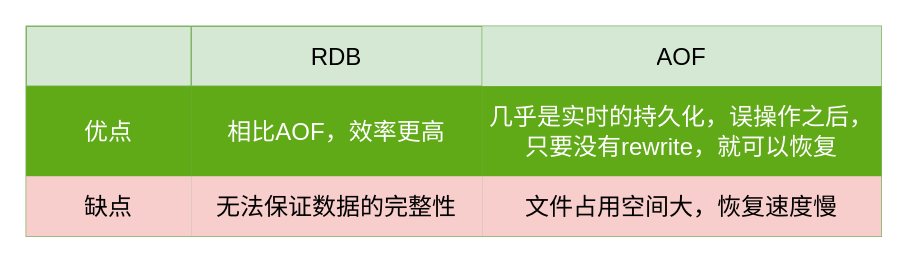
Before: page "持久化比较" (5 of 11) of redis.drawio in zhouwei713/MindMapping, a draw.io diagram. Source tidied: cells renumbered, new cells numbered last; positions are measured from the earlier drawing's top-left corner, leaving out a move shared by most shapes. Both pictures are drawn from the tidied source at 150%, with x=0, y=0 at pixel (26, 26).
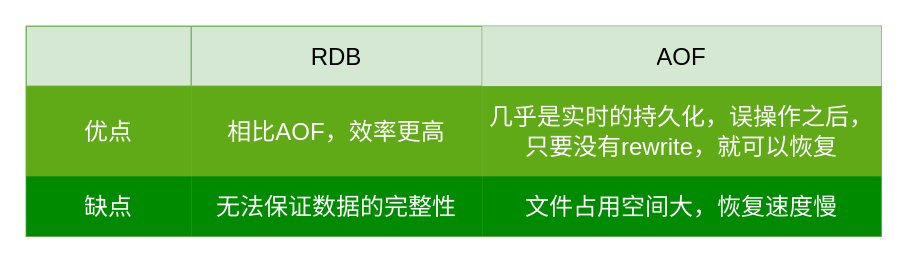
The same diagram, later.

The edit, as a diff of the source:
```diff
@@
 <mxGraphModel>
   <root>
     <mxCell id="0" />
     <mxCell id="1" parent="0" />
     <mxCell id="2" style="shape=table;startSize=0;childLayout=tableLayout;fontSize=16;fillColor=#d5e8d4;strokeColor=#82b366;" parent="1" vertex="1">
       <mxGeometry width="570" height="140" as="geometry" />
     </mxCell>
     <mxCell id="3" style="shape=partialRectangle;fillColor=none;top=0;left=0;bottom=0;right=0;fontSize=16;" parent="2" vertex="1">
       <mxGeometry width="570" height="40" as="geometry" />
     </mxCell>
     <mxCell id="4" style="shape=partialRectangle;html=1;whiteSpace=wrap;overflow=hidden;fillColor=none;top=0;left=0;bottom=0;right=0;fontSize=16;" parent="3" vertex="1">
       <mxGeometry width="110" height="40" as="geometry" />
     </mxCell>
     <mxCell id="5" value="RDB" style="shape=partialRectangle;html=1;whiteSpace=wrap;overflow=hidden;fillColor=none;top=0;left=0;bottom=0;right=0;fontSize=16;" parent="3" vertex="1">
       <mxGeometry x="110" width="194" height="40" as="geometry" />
     </mxCell>
     <mxCell id="6" value="AOF" style="shape=partialRectangle;html=1;whiteSpace=wrap;overflow=hidden;top=0;left=0;bottom=0;right=0;fontSize=16;fillColor=#d5e8d4;strokeColor=#82b366;" parent="3" vertex="1">
       <mxGeometry x="304" width="266" height="40" as="geometry" />
     </mxCell>
     <mxCell id="7" style="shape=partialRectangle;fillColor=none;top=0;left=0;bottom=0;right=0;fontSize=16;" parent="2" vertex="1">
       <mxGeometry y="40" width="570" height="60" as="geometry" />
     </mxCell>
     <mxCell id="8" value="优点" style="shape=partialRectangle;html=1;whiteSpace=wrap;overflow=hidden;top=0;left=0;bottom=0;right=0;fontSize=16;fillColor=#60a917;fontColor=#ffffff;strokeColor=#2D7600;" parent="7" vertex="1">
       <mxGeometry width="110" height="60" as="geometry" />
     </mxCell>
     <mxCell id="9" value="相比AOF，效率更高" style="shape=partialRectangle;html=1;whiteSpace=wrap;overflow=hidden;top=0;left=0;bottom=0;right=0;fontSize=16;fillColor=#60a917;fontColor=#ffffff;strokeColor=#2D7600;" parent="7" vertex="1">
       <mxGeometry x="110" width="194" height="60" as="geometry" />
     </mxCell>
     <mxCell id="10" value="&lt;font style=&quot;font-size: 16px&quot;&gt;几乎是实时的持久化，误操作之后，只要没有rewrite，就可以恢复&lt;/font&gt;" style="shape=partialRectangle;html=1;whiteSpace=wrap;overflow=hidden;top=0;left=0;bottom=0;right=0;fontSize=16;fillColor=#60a917;strokeColor=#2D7600;fontColor=#ffffff;" parent="7" vertex="1">
       <mxGeometry x="304" width="266" height="60" as="geometry" />
     </mxCell>
     <mxCell id="11" style="shape=partialRectangle;fillColor=none;top=0;left=0;bottom=0;right=0;fontSize=16;" parent="2" vertex="1">
       <mxGeometry y="100" width="570" height="40" as="geometry" />
     </mxCell>
-    <mxCell id="12" value="缺点" style="shape=partialRectangle;html=1;whiteSpace=wrap;overflow=hidden;top=0;left=0;bottom=0;right=0;fontSize=16;fillColor=#f8cecc;strokeColor=#b85450;" parent="11" vertex="1">
+    <mxCell id="12" value="缺点" style="shape=partialRectangle;html=1;whiteSpace=wrap;overflow=hidden;top=0;left=0;bottom=0;right=0;fontSize=16;fillColor=#008a00;strokeColor=#005700;fontColor=#ffffff;" parent="11" vertex="1">
       <mxGeometry width="110" height="40" as="geometry" />
     </mxCell>
-    <mxCell id="13" value="无法保证数据的完整性" style="shape=partialRectangle;html=1;whiteSpace=wrap;overflow=hidden;top=0;left=0;bottom=0;right=0;fontSize=16;fillColor=#f8cecc;strokeColor=#b85450;" parent="11" vertex="1">
+    <mxCell id="13" value="无法保证数据的完整性" style="shape=partialRectangle;html=1;whiteSpace=wrap;overflow=hidden;top=0;left=0;bottom=0;right=0;fontSize=16;fillColor=#008a00;strokeColor=#005700;fontColor=#ffffff;" parent="11" vertex="1">
       <mxGeometry x="110" width="194" height="40" as="geometry" />
     </mxCell>
-    <mxCell id="14" value="文件占用空间大，恢复速度慢" style="shape=partialRectangle;html=1;whiteSpace=wrap;overflow=hidden;top=0;left=0;bottom=0;right=0;fontSize=16;fillColor=#f8cecc;strokeColor=#b85450;" parent="11" vertex="1">
+    <mxCell id="14" value="文件占用空间大，恢复速度慢" style="shape=partialRectangle;html=1;whiteSpace=wrap;overflow=hidden;top=0;left=0;bottom=0;right=0;fontSize=16;fillColor=#008a00;strokeColor=#005700;fontColor=#ffffff;" parent="11" vertex="1">
       <mxGeometry x="304" width="266" height="40" as="geometry" />
     </mxCell>
   </root>
 </mxGraphModel>
```
